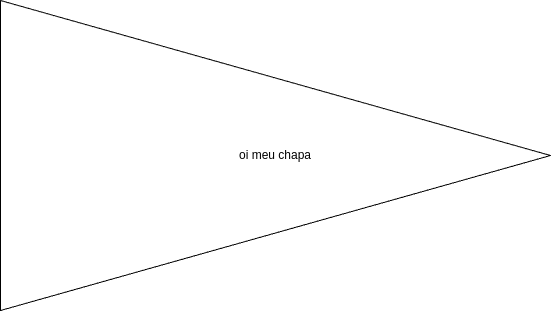
Above: cc-contracts.drawio.png in kaikeira/sql-nosql (draw.io), before the change. Source tidied: cells renumbered, new cells last; positions are measured from the earlier drawing's top-left corner, leaving out a move shared by most shapes. Source of this version:
```xml
<mxGraphModel>
  <root>
    <mxCell id="0" />
    <mxCell id="1" parent="0" />
    <mxCell id="2" value="oi meu chapa" style="triangle;whiteSpace=wrap;html=1;" parent="1" vertex="1">
      <mxGeometry width="550" height="310" as="geometry" />
    </mxCell>
  </root>
</mxGraphModel>
```
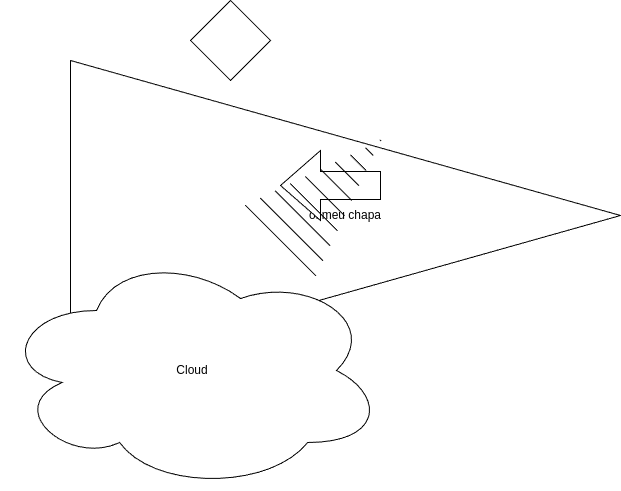
Above is the later version.

Change to the diagram source:
```diff
@@ -5,5 +5,20 @@
     <mxCell id="2" value="oi meu chapa" style="triangle;whiteSpace=wrap;html=1;" parent="1" vertex="1">
       <mxGeometry width="550" height="310" as="geometry" />
     </mxCell>
+    <mxCell id="3" style="rhombus;whiteSpace=wrap;html=1;" parent="1" vertex="1">
+      <mxGeometry x="120" y="-60" width="80" height="80" as="geometry" />
+    </mxCell>
+    <mxCell id="4" style="html=1;shadow=0;dashed=0;align=center;verticalAlign=middle;shape=mxgraph.arrows2.arrow;dy=0.6;dx=40;flipH=1;notch=0;" parent="1" vertex="1">
+      <mxGeometry x="210" y="90" width="100" height="70" as="geometry" />
+    </mxCell>
+    <mxCell id="5" style="shape=mxgraph.arrows2.wedgeArrowDashed2;html=1;startWidth=50;stepSize=15;rounded=0;" parent="1" edge="1">
+      <mxGeometry relative="1" as="geometry">
+        <mxPoint x="210" y="180" as="sourcePoint" />
+        <mxPoint x="310" y="80" as="targetPoint" />
+      </mxGeometry>
+    </mxCell>
+    <mxCell id="6" value="Cloud" style="ellipse;shape=cloud;whiteSpace=wrap;html=1;align=center;" parent="1" vertex="1">
+      <mxGeometry x="-70" y="190" width="384" height="240" as="geometry" />
+    </mxCell>
   </root>
 </mxGraphModel>
```
